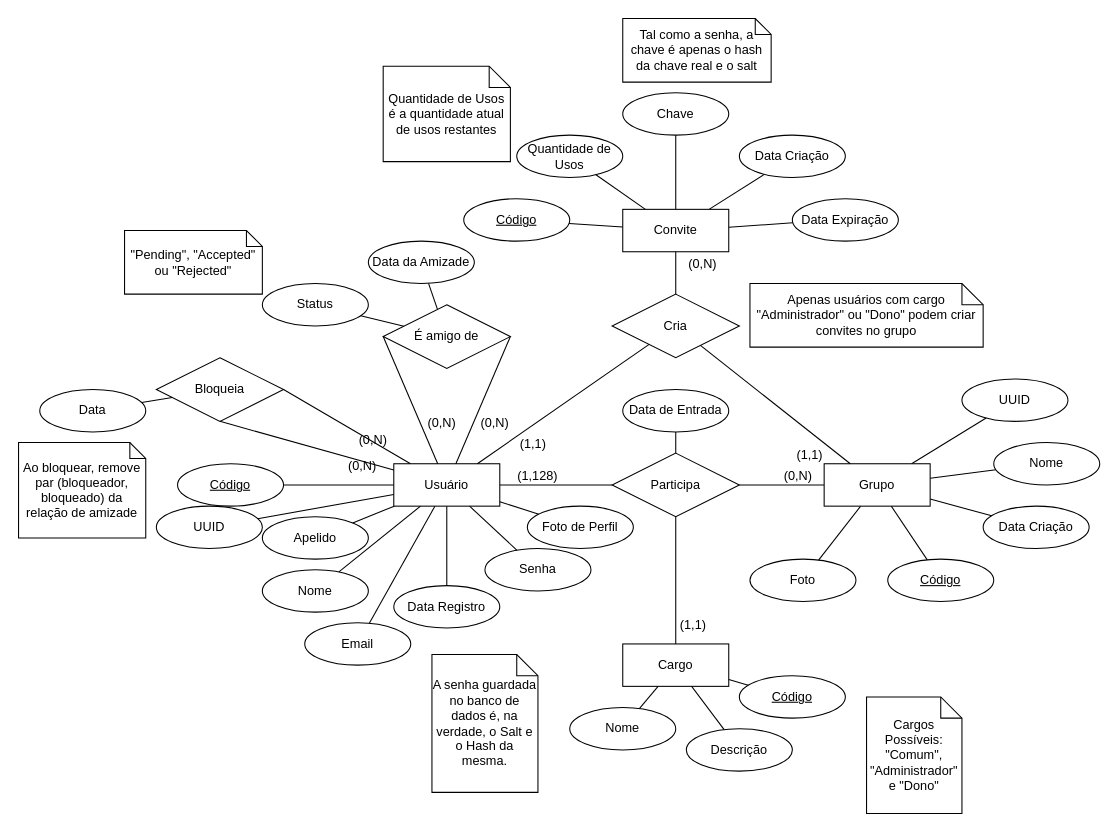
Above: docs/drawio/MERConchat.drawio in otreek11/Conchat (draw.io), before the change. Source tidied: cells renumbered, new cells numbered last; positions are measured from the earlier drawing's top-left corner, leaving out a move shared by most shapes. Both pictures are drawn from the tidied source at 106%, with x=0, y=0 at pixel (18, 18).
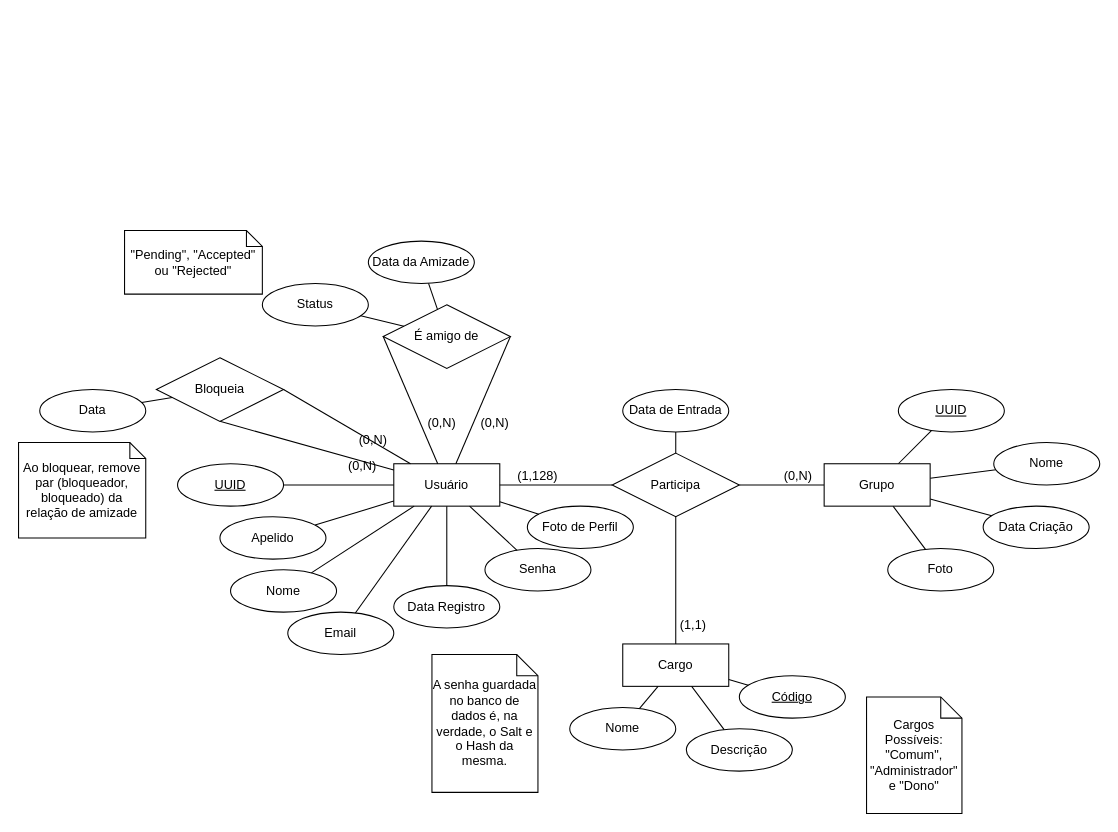
The same page after the edit.

Unchanged cells that the change refers to:
```xml
<mxCell id="2" value="Usuário" style="whiteSpace=wrap;html=1;align=center;" parent="1" vertex="1">
  <mxGeometry x="354" y="420" width="100" height="40" as="geometry" />
</mxCell>
<mxCell id="61" value="Grupo" style="whiteSpace=wrap;html=1;align=center;" parent="1" vertex="1">
  <mxGeometry x="760" y="420" width="100" height="40" as="geometry" />
</mxCell>
```

Diff of the diagram source:
```diff
@@
-    <mxCell id="4" value="Código" style="ellipse;whiteSpace=wrap;html=1;align=center;fontStyle=4;" parent="1" vertex="1">
+    <mxCell id="4" value="UUID" style="ellipse;whiteSpace=wrap;html=1;align=center;fontStyle=4;" parent="1" vertex="1">
       <mxGeometry x="150" y="420" width="100" height="40" as="geometry" />
     </mxCell>
-    <mxCell id="5" value="UUID" style="ellipse;whiteSpace=wrap;html=1;align=center;" parent="1" vertex="1">
-      <mxGeometry x="130" y="460" width="100" height="40" as="geometry" />
-    </mxCell>
     <mxCell id="6" value="Apelido" style="ellipse;whiteSpace=wrap;html=1;align=center;" parent="1" vertex="1">
-      <mxGeometry x="230" y="470" width="100" height="40" as="geometry" />
+      <mxGeometry x="190" y="470" width="100" height="40" as="geometry" />
     </mxCell>
@@
-    <mxCell id="9" style="endArrow=none;html=1;rounded=0;fontStyle=1;" parent="1" edge="1" source="2" target="5">
-      <mxGeometry relative="1" as="geometry" />
-    </mxCell>
@@
     <mxCell id="12" value="Email" style="ellipse;whiteSpace=wrap;html=1;align=center;" parent="1" vertex="1">
-      <mxGeometry x="270" y="570" width="100" height="40" as="geometry" />
+      <mxGeometry x="254" y="560" width="100" height="40" as="geometry" />
     </mxCell>
@@
-    <mxCell id="28" value="UUID" style="ellipse;whiteSpace=wrap;html=1;align=center;" parent="1" vertex="1">
-      <mxGeometry x="890" y="340" width="100" height="40" as="geometry" />
-    </mxCell>
-    <mxCell id="29" value="Código" style="ellipse;whiteSpace=wrap;html=1;align=center;fontStyle=4;" parent="1" vertex="1">
-      <mxGeometry x="820" y="510" width="100" height="40" as="geometry" />
+    <mxCell id="29" value="UUID" style="ellipse;whiteSpace=wrap;html=1;align=center;fontStyle=4;" parent="1" vertex="1">
+      <mxGeometry x="830" y="350" width="100" height="40" as="geometry" />
     </mxCell>
@@
-    <mxCell id="33" style="endArrow=none;html=1;rounded=0;" parent="1" edge="1" source="28" target="61">
-      <mxGeometry relative="1" as="geometry" />
-    </mxCell>
@@
-    <mxCell id="38" value="Quantidade de Usos" style="ellipse;whiteSpace=wrap;html=1;align=center;" parent="1" vertex="1">
-      <mxGeometry x="470" y="110" width="100" height="40" as="geometry" />
-    </mxCell>
-    <mxCell id="39" value="Chave" style="ellipse;whiteSpace=wrap;html=1;align=center;" parent="1" vertex="1">
-      <mxGeometry x="570" y="70" width="100" height="40" as="geometry" />
-    </mxCell>
-    <mxCell id="40" style="endArrow=none;html=1;rounded=0;" parent="1" edge="1" source="38" target="62">
-      <mxGeometry relative="1" as="geometry" />
-    </mxCell>
-    <mxCell id="41" style="endArrow=none;html=1;rounded=0;" parent="1" edge="1" source="39" target="62">
-      <mxGeometry relative="1" as="geometry" />
-    </mxCell>
-    <mxCell id="42" value="Data Criação" style="ellipse;whiteSpace=wrap;html=1;align=center;" parent="1" vertex="1">
-      <mxGeometry x="680" y="110" width="100" height="40" as="geometry" />
-    </mxCell>
-    <mxCell id="43" style="endArrow=none;html=1;rounded=0;" parent="1" edge="1" source="42" target="62">
-      <mxGeometry relative="1" as="geometry" />
-    </mxCell>
@@
     <mxCell id="53" value="Nome" style="ellipse;whiteSpace=wrap;html=1;align=center;" parent="1" vertex="1">
-      <mxGeometry x="230" y="520" width="100" height="40" as="geometry" />
+      <mxGeometry x="200" y="520" width="100" height="40" as="geometry" />
     </mxCell>
@@
     <mxCell id="57" value="Foto" style="ellipse;whiteSpace=wrap;html=1;align=center;" parent="1" vertex="1">
-      <mxGeometry x="690" y="510" width="100" height="40" as="geometry" />
+      <mxGeometry x="820" y="500" width="100" height="40" as="geometry" />
     </mxCell>
@@
-    <mxCell id="60" value="Quantidade de Usos é a quantidade atual de usos restantes" style="shape=note;size=20;whiteSpace=wrap;html=1;" parent="1" vertex="1">
-      <mxGeometry x="344" y="45" width="120" height="90" as="geometry" />
-    </mxCell>
@@
-    <mxCell id="62" value="Convite" style="whiteSpace=wrap;html=1;align=center;" parent="1" vertex="1">
-      <mxGeometry x="570" y="180" width="100" height="40" as="geometry" />
-    </mxCell>
-    <mxCell id="63" value="Cria" style="shape=rhombus;perimeter=rhombusPerimeter;whiteSpace=wrap;html=1;align=center;" parent="1" vertex="1">
-      <mxGeometry x="560" y="260" width="120" height="60" as="geometry" />
-    </mxCell>
-    <mxCell id="64" style="endArrow=none;html=1;rounded=0;" parent="1" edge="1" source="63" target="2">
-      <mxGeometry relative="1" as="geometry" />
-    </mxCell>
-    <mxCell id="65" value="(1,1)" style="html=1;whiteSpace=wrap;align=right;verticalAlign=bottom;" parent="64" vertex="1">
-      <mxGeometry x="1" relative="1" as="geometry">
-        <mxPoint x="66" y="-10" as="offset" />
-      </mxGeometry>
-    </mxCell>
-    <mxCell id="66" style="endArrow=none;html=1;rounded=0;" parent="1" edge="1" source="61" target="63">
-      <mxGeometry relative="1" as="geometry" />
-    </mxCell>
-    <mxCell id="67" value="&lt;div&gt;(1,1)&lt;/div&gt;" style="html=1;whiteSpace=wrap;align=right;verticalAlign=bottom;" parent="66" vertex="1">
-      <mxGeometry x="1" relative="1" as="geometry">
-        <mxPoint x="117" y="112" as="offset" />
-      </mxGeometry>
-    </mxCell>
-    <mxCell id="68" style="endArrow=none;html=1;rounded=0;" parent="1" edge="1" source="63" target="62">
-      <mxGeometry relative="1" as="geometry" />
-    </mxCell>
-    <mxCell id="69" value="&lt;div&gt;(0,N)&lt;/div&gt;" style="html=1;whiteSpace=wrap;align=right;verticalAlign=bottom;" parent="68" vertex="1">
-      <mxGeometry x="1" relative="1" as="geometry">
-        <mxPoint x="40" y="20" as="offset" />
-      </mxGeometry>
-    </mxCell>
-    <mxCell id="70" value="Código" style="ellipse;whiteSpace=wrap;html=1;align=center;fontStyle=4;" parent="1" vertex="1">
-      <mxGeometry x="420" y="170" width="100" height="40" as="geometry" />
-    </mxCell>
-    <mxCell id="71" style="endArrow=none;html=1;rounded=0;fontStyle=1;" parent="1" edge="1" source="62" target="70">
-      <mxGeometry relative="1" as="geometry" />
-    </mxCell>
-    <mxCell id="72" value="Data Expiração" style="ellipse;whiteSpace=wrap;html=1;align=center;" parent="1" vertex="1">
-      <mxGeometry x="730" y="170" width="100" height="40" as="geometry" />
-    </mxCell>
-    <mxCell id="73" style="endArrow=none;html=1;rounded=0;" parent="1" edge="1" source="72" target="62">
-      <mxGeometry relative="1" as="geometry" />
-    </mxCell>
-    <mxCell id="74" value="Apenas usuários com cargo &quot;Administrador&quot; ou &quot;Dono&quot; podem criar convites no grupo" style="shape=note;size=20;whiteSpace=wrap;html=1;" parent="1" vertex="1">
-      <mxGeometry x="690" y="250" width="220" height="60" as="geometry" />
-    </mxCell>
@@
-    <mxCell id="78" value="Tal como a senha, a chave é apenas o hash da chave real e o salt" style="shape=note;size=15;whiteSpace=wrap;html=1;" parent="1" vertex="1">
-      <mxGeometry x="570" width="140" height="60" as="geometry" />
-    </mxCell>
```
